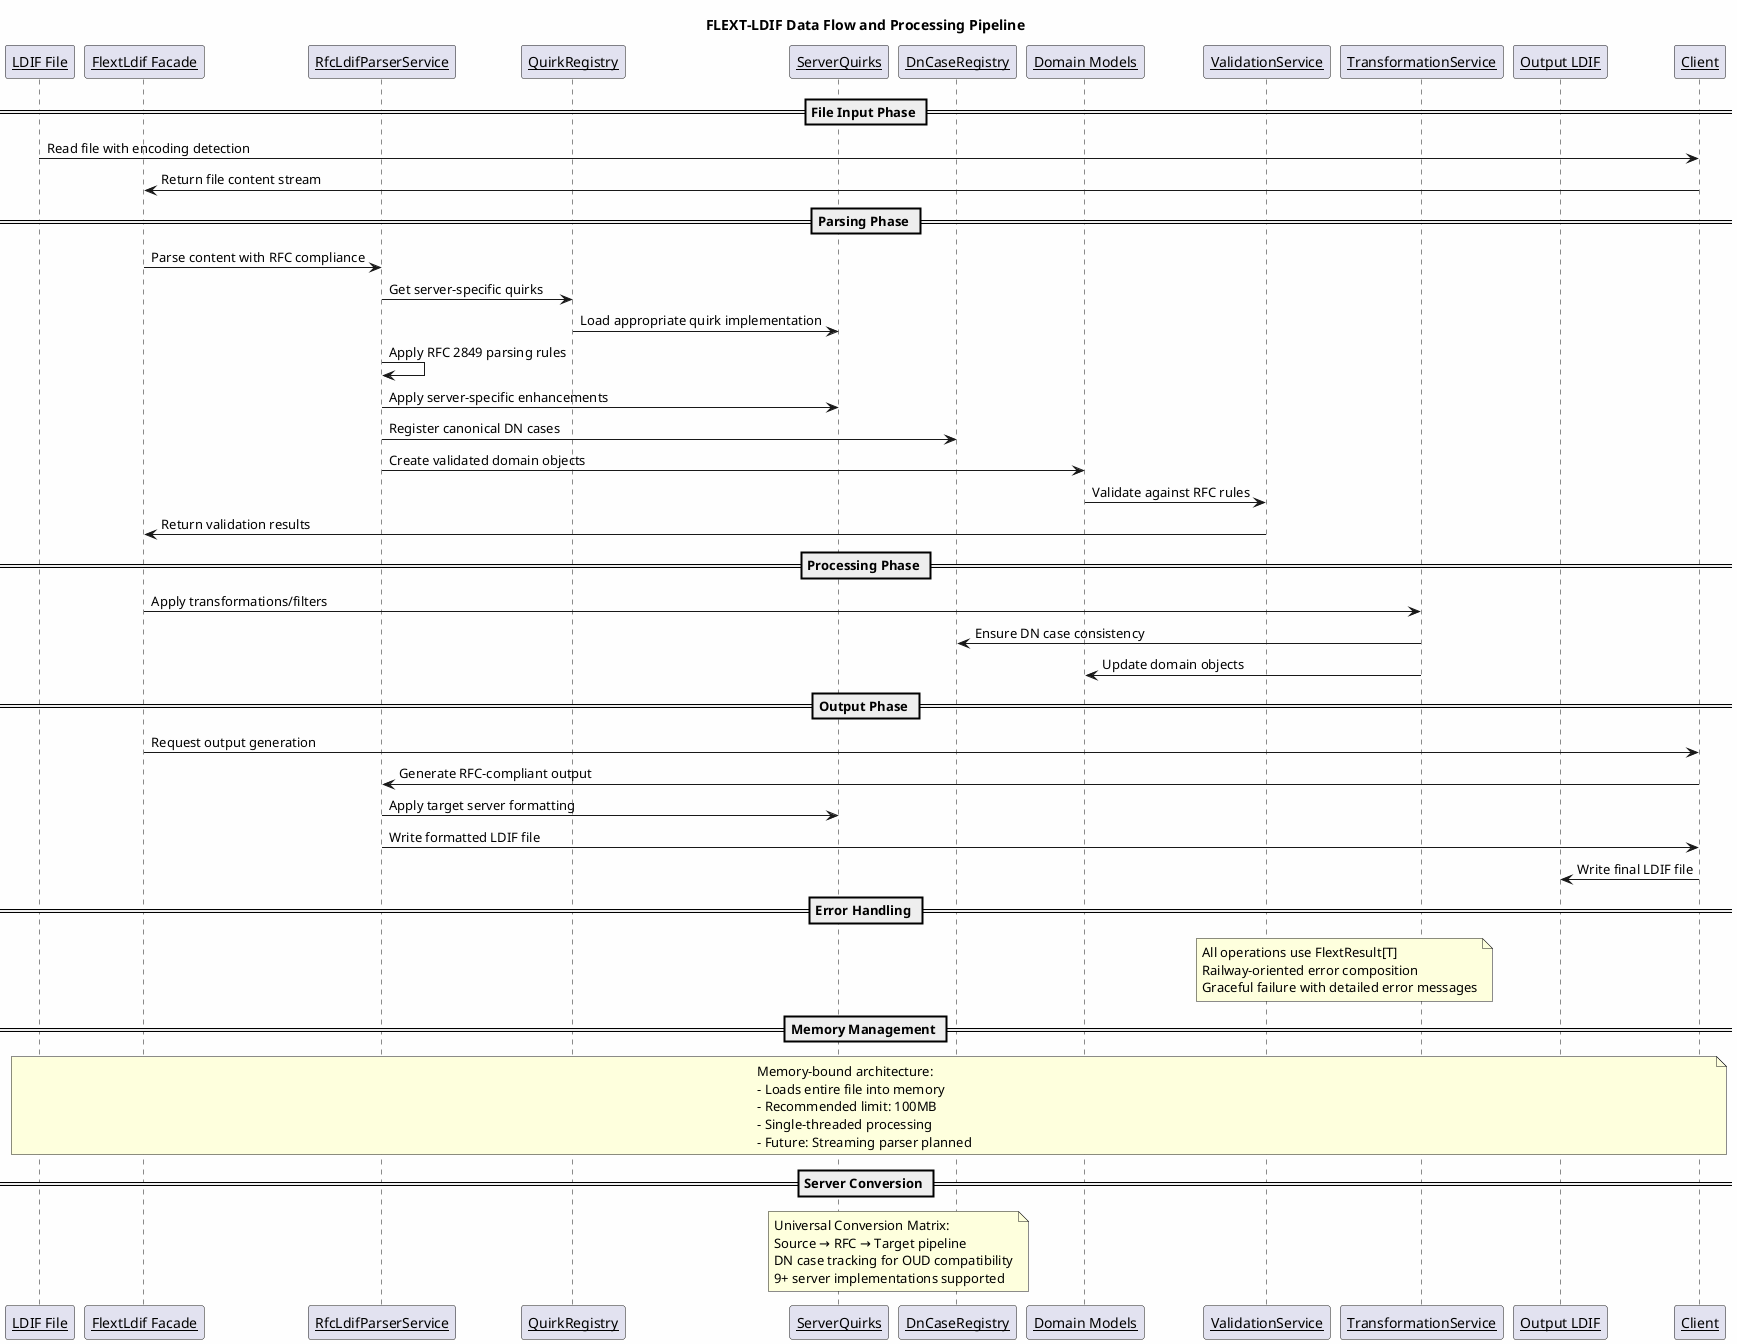
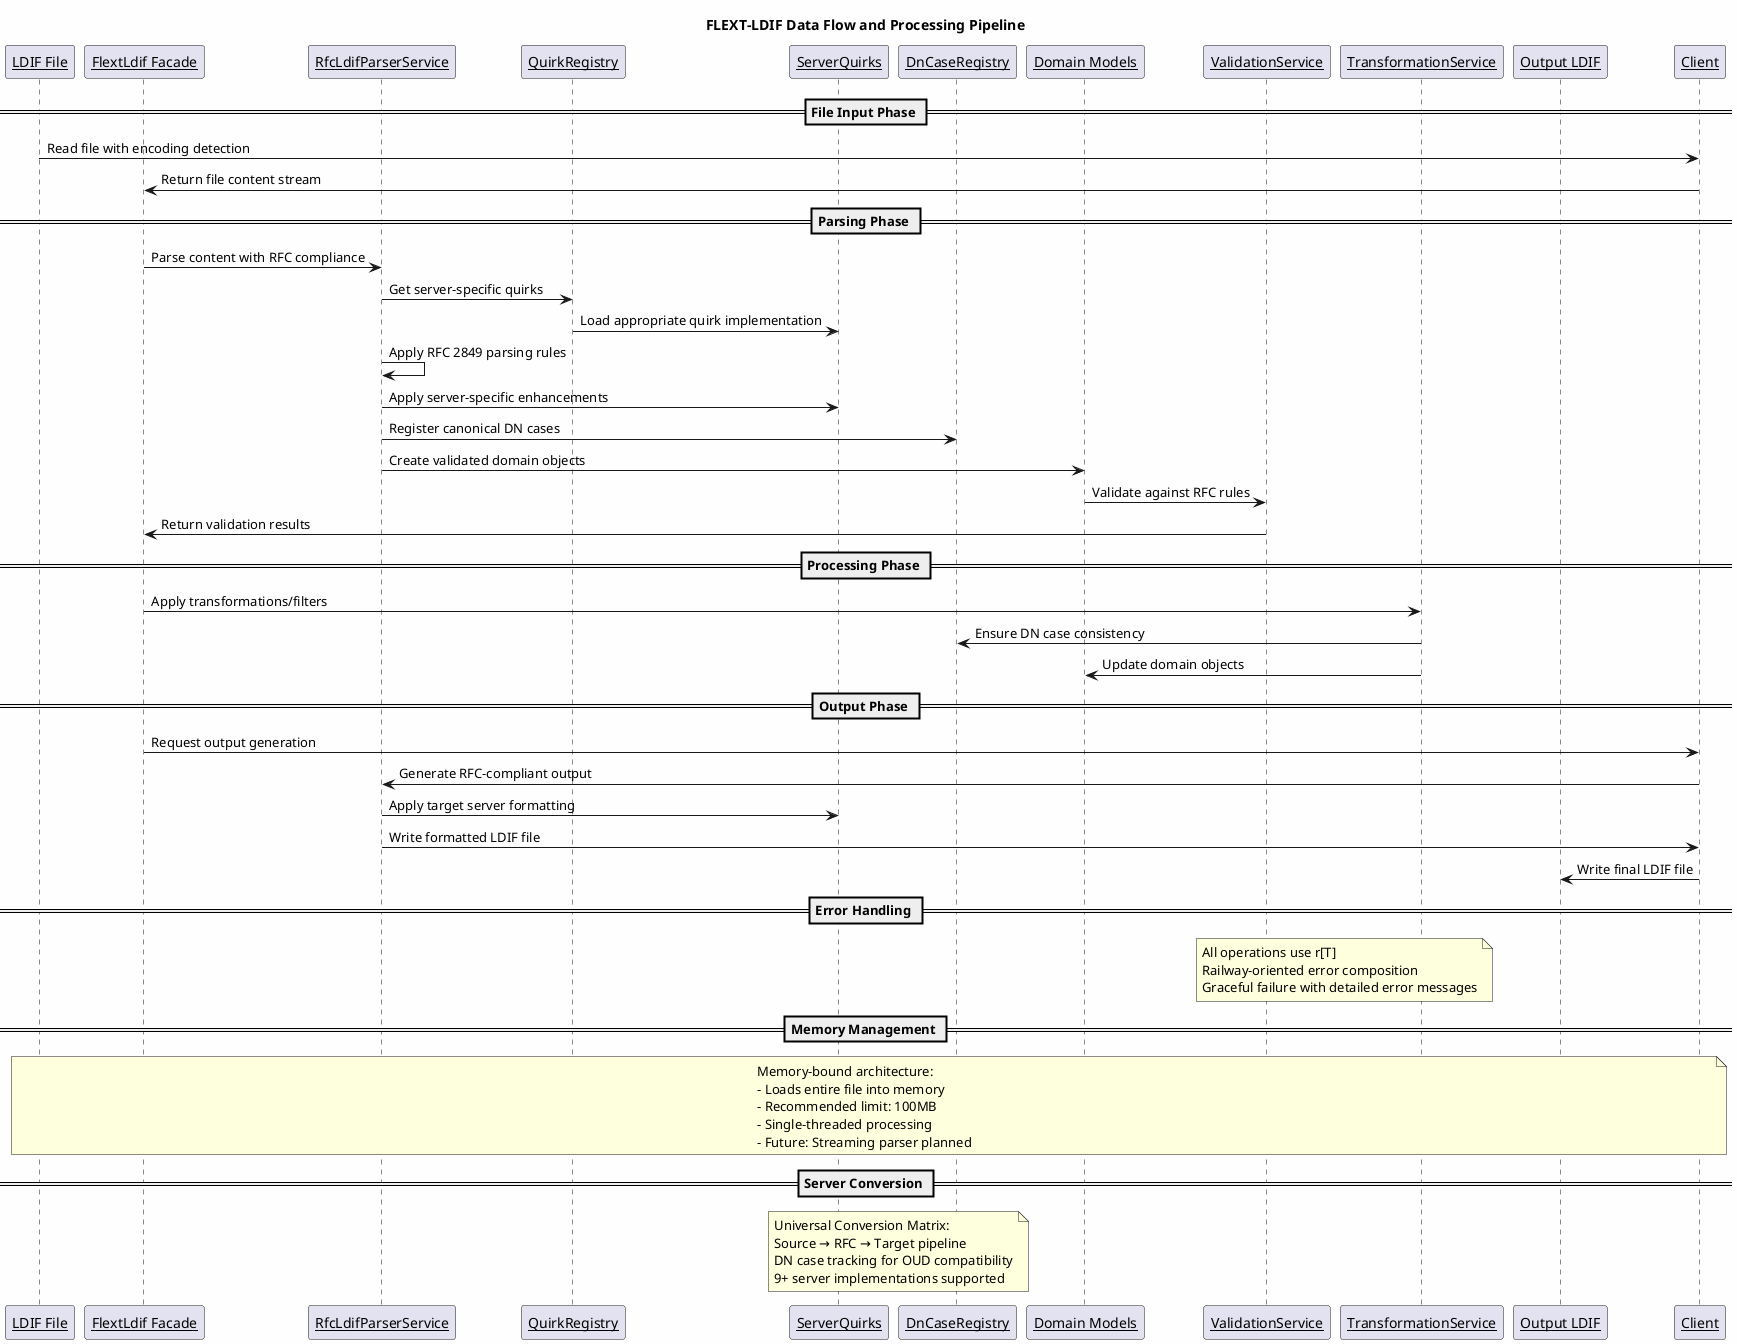
@startuml FLEXT-LDIF Data Flow Architecture

title FLEXT-LDIF Data Flow and Processing Pipeline

skinparam backgroundColor #FEFEFE
skinparam sequenceParticipant underline

participant "LDIF File" as File
participant "FlextLdif Facade" as Facade
participant "RfcLdifParserService" as Parser
participant "QuirkRegistry" as Registry
participant "ServerQuirks" as Quirks
participant "DnCaseRegistry" as DnRegistry
participant "Domain Models" as Models
participant "ValidationService" as Validator
participant "TransformationService" as Transformer
participant "Output LDIF" as Output

== File Input Phase ==
File -> Client: Read file with encoding detection
Client -> Facade: Return file content stream

== Parsing Phase ==
Facade -> Parser: Parse content with RFC compliance
Parser -> Registry: Get server-specific quirks
Registry -> Quirks: Load appropriate quirk implementation

Parser -> Parser: Apply RFC 2849 parsing rules
Parser -> Quirks: Apply server-specific enhancements
Parser -> DnRegistry: Register canonical DN cases

Parser -> Models: Create validated domain objects
Models -> Validator: Validate against RFC rules
Validator -> Facade: Return validation results

== Processing Phase ==
Facade -> Transformer: Apply transformations/filters
Transformer -> DnRegistry: Ensure DN case consistency
Transformer -> Models: Update domain objects

== Output Phase ==
Facade -> Client: Request output generation
Client -> Parser: Generate RFC-compliant output
Parser -> Quirks: Apply target server formatting
Parser -> Client: Write formatted LDIF file

Client -> Output: Write final LDIF file

== Error Handling ==
note over Validator, Transformer
-     All operations use FlextResult[T]
+     All operations use r[T]
    Railway-oriented error composition
    Graceful failure with detailed error messages
end note

== Memory Management ==
note over File, Client
    Memory-bound architecture:
    - Loads entire file into memory
    - Recommended limit: 100MB
    - Single-threaded processing
    - Future: Streaming parser planned
end note

== Server Conversion ==
note over Quirks, DnRegistry
    Universal Conversion Matrix:
    Source → RFC → Target pipeline
    DN case tracking for OUD compatibility
    9+ server implementations supported
end note

@enduml
